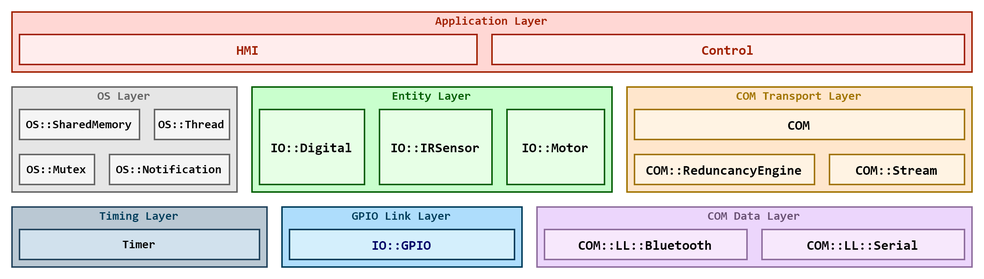
Before: Proj/Iterations/1/Design/Navigation-Subsystem/Architectural-Overview/software-stack/full-stack-overview/full-stack-overview.png, a diagram exported from draw.io (LPI2-DreamTeam/rfcar). Source tidied: cells renumbered, new cells last; positions are measured from the earlier drawing's top-left corner, leaving out a move shared by most shapes.
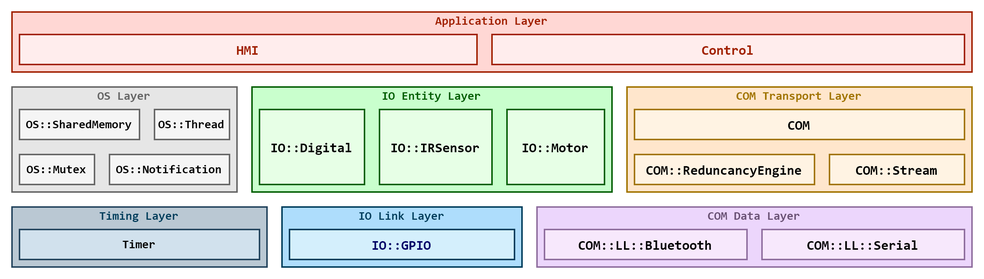
The same diagram one commit later.

Commit message:
UPDT: Updated class diagram to match the COM:LL classes sent to Vitor for evaluation

The edit, as a diff of the source:
```diff
@@ -74,7 +74,7 @@
     <mxCell id="25" value="&lt;span style=&quot;font-weight: 700&quot;&gt;COM Transport Layer&lt;/span&gt;" style="text;html=1;strokeColor=none;fillColor=none;align=center;verticalAlign=middle;whiteSpace=wrap;rounded=0;fontFamily=Consolas;fontSize=8;fontColor=#A17400;" parent="1" vertex="1">
       <mxGeometry x="480" y="50" width="90" height="12" as="geometry" />
     </mxCell>
-    <mxCell id="26" value="&lt;span style=&quot;font-weight: 700&quot;&gt;GPIO Link Layer&lt;/span&gt;" style="text;html=1;strokeColor=none;fillColor=none;align=center;verticalAlign=middle;whiteSpace=wrap;rounded=0;fontFamily=Consolas;fontSize=8;fontColor=#003D5B;" parent="1" vertex="1">
+    <mxCell id="26" value="&lt;span style=&quot;font-weight: 700&quot;&gt;IO Link Layer&lt;/span&gt;" style="text;html=1;strokeColor=none;fillColor=none;align=center;verticalAlign=middle;whiteSpace=wrap;rounded=0;fontFamily=Consolas;fontSize=8;fontColor=#003D5B;" parent="1" vertex="1">
       <mxGeometry x="225" y="130" width="70" height="12" as="geometry" />
     </mxCell>
     <mxCell id="27" value="&lt;span style=&quot;font-weight: 700&quot;&gt;Timing Layer&lt;/span&gt;" style="text;html=1;strokeColor=none;fillColor=none;align=center;verticalAlign=middle;whiteSpace=wrap;rounded=0;fontFamily=Consolas;fontSize=8;fontColor=#003D5B;" parent="1" vertex="1">
@@ -86,7 +86,7 @@
     <mxCell id="29" value="&lt;span style=&quot;font-weight: 700&quot;&gt;&lt;font color=&quot;#666666&quot;&gt;OS Layer&lt;/font&gt;&lt;/span&gt;" style="text;html=1;strokeColor=none;fillColor=none;align=center;verticalAlign=middle;whiteSpace=wrap;rounded=0;fontFamily=Consolas;fontSize=8;fontColor=#003D5B;" parent="1" vertex="1">
       <mxGeometry x="25" y="50" width="100" height="12" as="geometry" />
     </mxCell>
-    <mxCell id="30" value="&lt;span style=&quot;font-weight: 700&quot;&gt;Entity Layer&lt;/span&gt;" style="text;html=1;align=center;verticalAlign=middle;whiteSpace=wrap;rounded=0;fontFamily=Consolas;fontSize=8;fontColor=#035E03;" parent="1" vertex="1">
+    <mxCell id="30" value="&lt;span style=&quot;font-weight: 700&quot;&gt;IO Entity Layer&lt;/span&gt;" style="text;html=1;align=center;verticalAlign=middle;whiteSpace=wrap;rounded=0;fontFamily=Consolas;fontSize=8;fontColor=#035E03;" parent="1" vertex="1">
       <mxGeometry x="235" y="50" width="90" height="12" as="geometry" />
     </mxCell>
     <mxCell id="31" value="&lt;span style=&quot;font-weight: 700&quot;&gt;Application Layer&lt;/span&gt;" style="text;html=1;align=center;verticalAlign=middle;whiteSpace=wrap;rounded=0;fontFamily=Consolas;fontSize=8;fontColor=#A12102;" parent="1" vertex="1">
```
